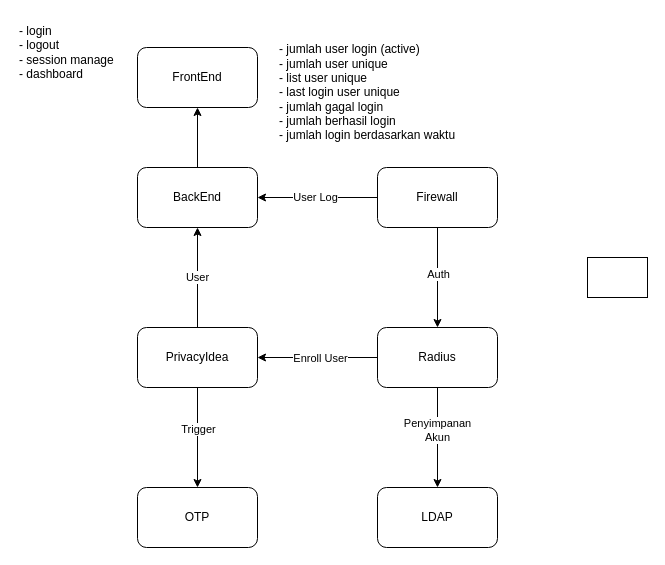
fsdio/draw.io.dev keeps this draw.io diagram as page "Halaman-1" (1 of 2) of Log_LDAP_2025.drawio. Above is the earlier version. Source tidied: cells renumbered, new cells numbered last; positions are measured from the earlier drawing's top-left corner, leaving out a move shared by most shapes. Both pictures are drawn from the tidied source at 100%, with x=0, y=0 at pixel (17, 17).
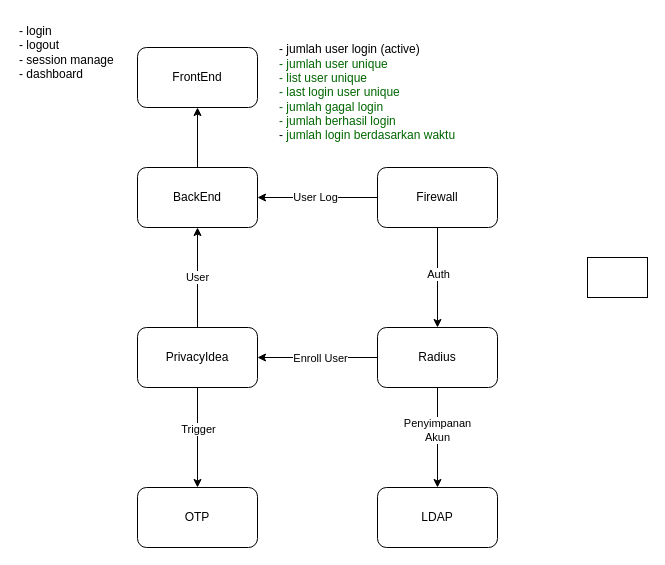
After the change.

Diff of the diagram source:
```diff
@@
-    <mxCell id="19" value="- jumlah user login (active)&amp;nbsp;&lt;div&gt;- jumlah user unique&lt;/div&gt;&lt;div&gt;- list user unique&lt;br&gt;- last login user unique&lt;/div&gt;&lt;div&gt;- jumlah gagal login&lt;/div&gt;&lt;div&gt;- jumlah berhasil login&lt;/div&gt;&lt;div&gt;- jumlah login berdasarkan waktu&lt;/div&gt;" style="text;html=1;align=left;verticalAlign=middle;whiteSpace=wrap;rounded=0;" parent="1" vertex="1">
+    <mxCell id="19" value="- jumlah user login (active)&amp;nbsp;&lt;div&gt;&lt;font style=&quot;color: rgb(0, 102, 0);&quot;&gt;- jumlah user unique&lt;/font&gt;&lt;/div&gt;&lt;div&gt;&lt;font style=&quot;color: rgb(0, 102, 0);&quot;&gt;- list user unique&lt;/font&gt;&lt;br&gt;&lt;font style=&quot;color: rgb(0, 102, 0);&quot;&gt;- last login user unique&lt;/font&gt;&lt;/div&gt;&lt;div&gt;&lt;font style=&quot;color: rgb(0, 102, 0);&quot;&gt;- jumlah gagal login&lt;/font&gt;&lt;/div&gt;&lt;div&gt;&lt;font style=&quot;color: rgb(0, 102, 0);&quot;&gt;- jumlah berhasil login&lt;/font&gt;&lt;/div&gt;&lt;div&gt;-&lt;font style=&quot;color: rgb(0, 102, 0);&quot;&gt; jumlah login berdasarkan waktu&lt;/font&gt;&lt;/div&gt;" style="text;html=1;align=left;verticalAlign=middle;whiteSpace=wrap;rounded=0;" parent="1" vertex="1">
       <mxGeometry x="260" y="20" width="180" height="110" as="geometry" />
     </mxCell>
```
